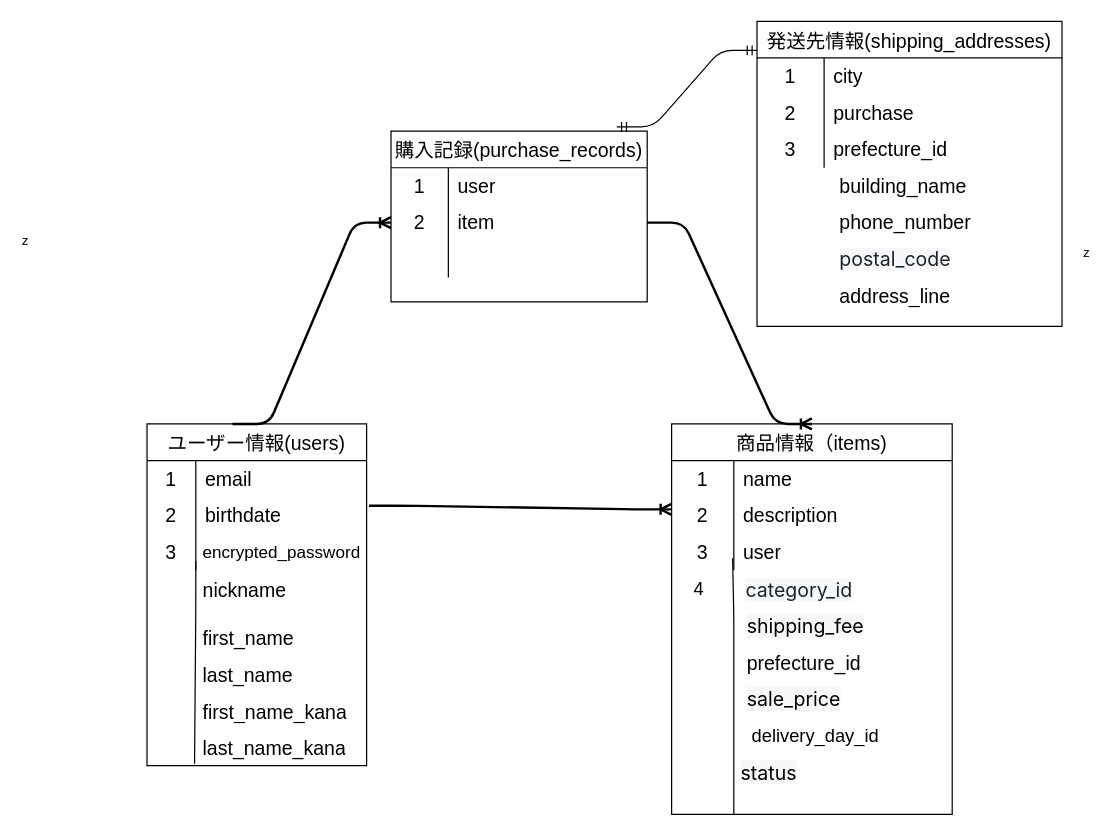
Above: test.dio in pazu0000/furima-41697 (draw.io), before the change. Source tidied: cells renumbered, new cells numbered last; positions are measured from the earlier drawing's top-left corner, leaving out a move shared by most shapes. Both pictures are drawn from the tidied source at 122%, with x=0, y=0 at pixel (146, 21).
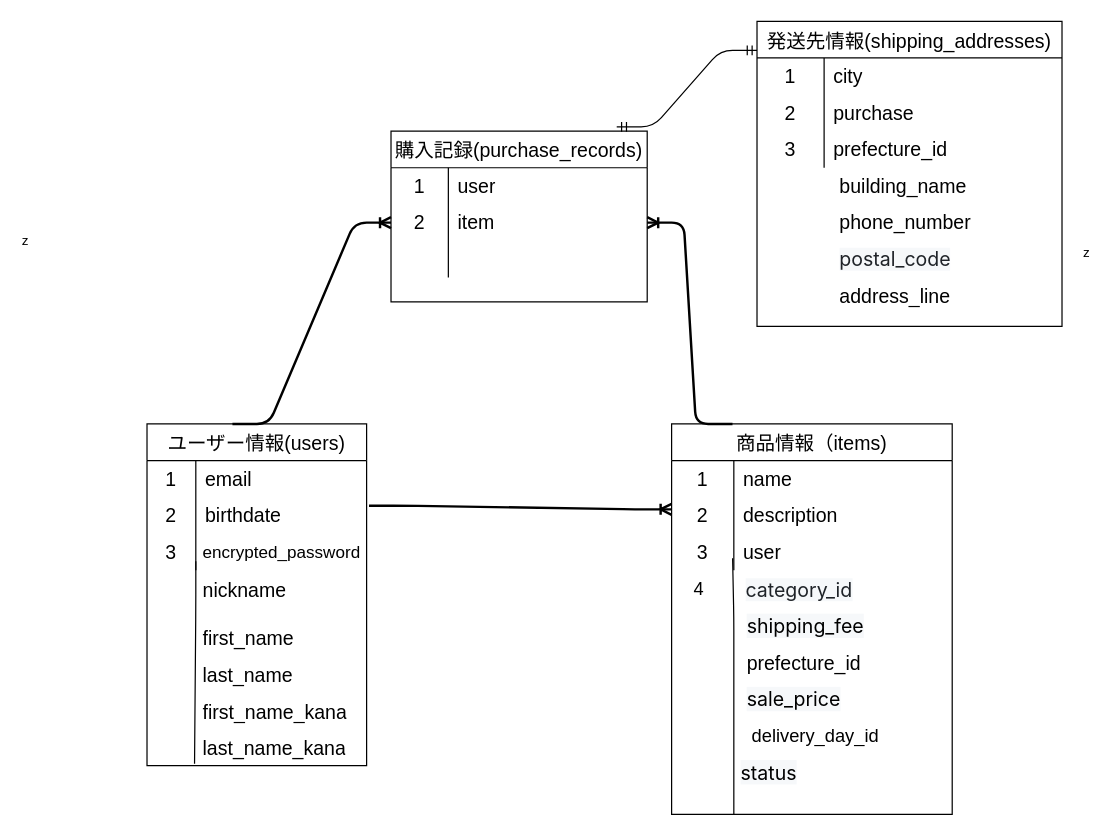
The same page after the edit.

The change refers to these unchanged cells:
```xml
<mxCell id="12" value="商品情報（items)" style="shape=table;startSize=30;childLayout=tableLayout;rowLines=0;fontStyle=0;strokeColor=default;fontSize=16;" parent="1" vertex="1">
  <mxGeometry x="430" y="330" width="230" height="320" as="geometry" />
</mxCell>
<mxCell id="26" style="shape=tableRow;horizontal=0;startSize=0;swimlaneHead=0;swimlaneBody=0;top=0;left=0;bottom=0;right=0;fillColor=none;points=[[0,0.5],[1,0.5]];portConstraint=eastwest;strokeColor=inherit;fontSize=16;" parent="22" vertex="1">
  <mxGeometry y="60" width="210" height="30" as="geometry" />
</mxCell>
```

The edit, as a diff of the source:
```diff
@@
-    <mxCell id="44" style="edgeStyle=entityRelationEdgeStyle;fontSize=12;html=1;endArrow=ERoneToMany;exitX=1;exitY=0.5;exitDx=0;exitDy=0;entryX=0.5;entryY=0;entryDx=0;entryDy=0;strokeWidth=2;" parent="1" edge="1" source="26" target="12">
-      <mxGeometry relative="1" as="geometry" />
+    <mxCell id="44" style="edgeStyle=entityRelationEdgeStyle;fontSize=12;html=1;endArrow=ERoneToMany;strokeWidth=2;entryX=1;entryY=0.5;entryDx=0;entryDy=0;exitX=0.217;exitY=0;exitDx=0;exitDy=0;exitPerimeter=0;" parent="1" edge="1" source="12" target="26">
+      <mxGeometry relative="1" as="geometry">
+        <Array as="points">
+          <mxPoint x="470" y="260" />
+          <mxPoint x="460" y="300" />
+          <mxPoint x="450" y="260" />
+          <mxPoint x="460" y="250" />
+        </Array>
+      </mxGeometry>
     </mxCell>
```
